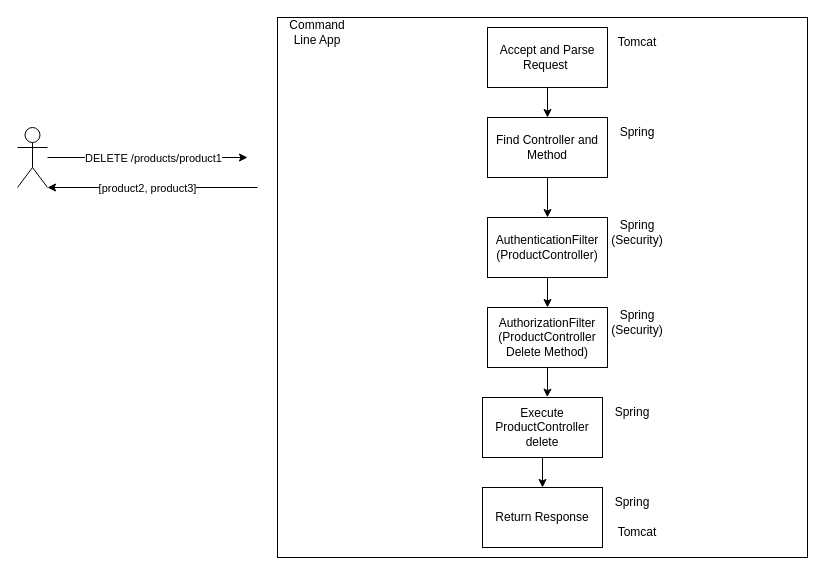
Earlier version of the draw.io diagram page "GET" (2 of 3) of SpringSecurity-Diagram.drawio (canmogol/spring-security-presentation). Source tidied: cells renumbered, new cells numbered last; positions are measured from the earlier drawing's top-left corner, leaving out a move shared by most shapes. Both pictures are drawn from the tidied source at 100%, with x=0, y=0 at pixel (17, 17).
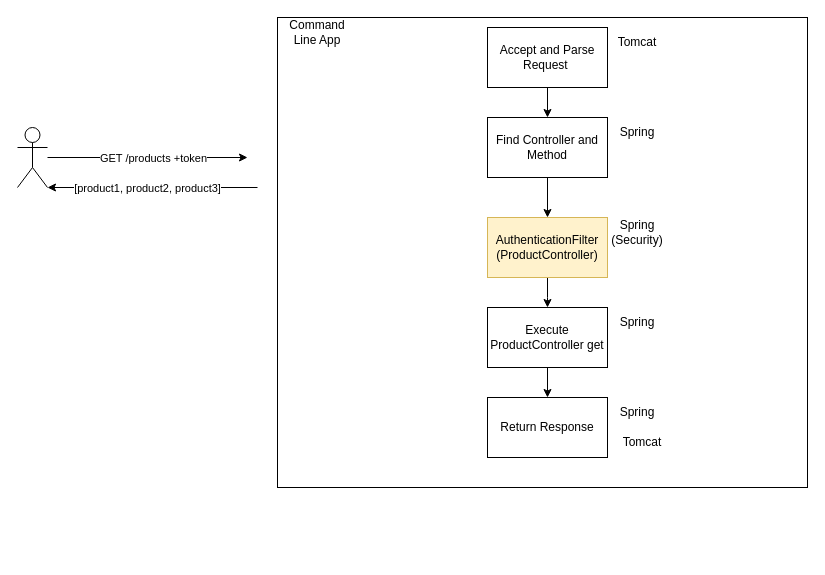
The same page after the edit.

Commit message:
Add login, get, delete request flows.

Unchanged cells that the change refers to:
```xml
<mxCell id="3" style="edgeStyle=orthogonalEdgeStyle;rounded=0;jettySize=auto;html=1;" parent="1" edge="1" target="2">
  <mxGeometry relative="1" as="geometry">
    <mxPoint x="240" y="170" as="sourcePoint" />
    <Array as="points">
      <mxPoint x="90" y="170" />
      <mxPoint x="90" y="170" />
    </Array>
  </mxGeometry>
</mxCell>
<mxCell id="6" style="edgeStyle=orthogonalEdgeStyle;rounded=0;jettySize=auto;html=1;" parent="1" edge="1" source="2">
  <mxGeometry relative="1" as="geometry">
    <mxPoint x="230" y="140" as="targetPoint" />
  </mxGeometry>
</mxCell>
```

The edit, as a diff of the source:
```diff
@@
-    <mxCell id="4" value="[product2, product3]" style="edgeLabel;html=1;align=center;verticalAlign=middle;" parent="3" vertex="1">
+    <mxCell id="4" value="[product1, product2, product3]" style="edgeLabel;html=1;align=center;verticalAlign=middle;" parent="3" vertex="1">
       <mxGeometry x="0.29" y="-2" relative="1" as="geometry">
         <mxPoint x="24" y="2" as="offset" />
       </mxGeometry>
     </mxCell>
     <mxCell id="5" style="rounded=0;whiteSpace=wrap;html=1;" parent="1" vertex="1">
-      <mxGeometry x="260" width="530" height="540" as="geometry" />
+      <mxGeometry x="260" width="530" height="470" as="geometry" />
     </mxCell>
@@
-    <mxCell id="7" value="DELETE /products/product1" style="edgeLabel;html=1;align=center;verticalAlign=middle;" parent="6" vertex="1">
+    <mxCell id="7" value="GET /products +token" style="edgeLabel;html=1;align=center;verticalAlign=middle;" parent="6" vertex="1">
       <mxGeometry x="-0.33" relative="1" as="geometry">
         <mxPoint x="38" as="offset" />
       </mxGeometry>
     </mxCell>
@@
-    <mxCell id="14" value="Execute ProductController delete" style="rounded=0;whiteSpace=wrap;html=1;" parent="1" vertex="1">
-      <mxGeometry x="465" y="380" width="120" height="60" as="geometry" />
+    <mxCell id="14" value="Execute ProductController get" style="rounded=0;whiteSpace=wrap;html=1;" parent="1" vertex="1">
+      <mxGeometry x="470" y="290" width="120" height="60" as="geometry" />
     </mxCell>
     <mxCell id="15" value="Return Response" style="rounded=0;whiteSpace=wrap;html=1;" parent="1" vertex="1">
-      <mxGeometry x="465" y="470" width="120" height="60" as="geometry" />
+      <mxGeometry x="470" y="380" width="120" height="60" as="geometry" />
     </mxCell>
-    <mxCell id="16" style="edgeStyle=orthogonalEdgeStyle;rounded=0;jettySize=auto;html=1;entryX=0.5;entryY=0;entryDx=0;entryDy=0;" parent="1" edge="1" source="17" target="18">
-      <mxGeometry relative="1" as="geometry" />
+    <mxCell id="16" style="edgeStyle=orthogonalEdgeStyle;rounded=0;jettySize=auto;html=1;entryX=0.5;entryY=0;entryDx=0;entryDy=0;" parent="1" edge="1" source="17">
+      <mxGeometry relative="1" as="geometry">
+        <mxPoint x="530" y="290" as="targetPoint" />
+      </mxGeometry>
     </mxCell>
-    <mxCell id="17" value="AuthenticationFilter&lt;br&gt;(ProductController)" style="rounded=0;whiteSpace=wrap;html=1;" parent="1" vertex="1">
+    <mxCell id="17" value="AuthenticationFilter&lt;br&gt;(ProductController)" style="rounded=0;whiteSpace=wrap;html=1;fillColor=#fff2cc;strokeColor=#d6b656;" parent="1" vertex="1">
       <mxGeometry x="470" y="200" width="120" height="60" as="geometry" />
     </mxCell>
-    <mxCell id="18" value="AuthorizationFilter&lt;br&gt;(ProductController Delete Method)" style="rounded=0;whiteSpace=wrap;html=1;" parent="1" vertex="1">
-      <mxGeometry x="470" y="290" width="120" height="60" as="geometry" />
-    </mxCell>
-    <mxCell id="19" style="edgeStyle=orthogonalEdgeStyle;rounded=0;jettySize=auto;html=1;entryX=0.54;entryY=-0.006;entryDx=0;entryDy=0;entryPerimeter=0;" parent="1" edge="1" source="18" target="14">
-      <mxGeometry relative="1" as="geometry" />
-    </mxCell>
@@
-    <mxCell id="23" value="Spring (Security)" style="text;html=1;strokeColor=none;fillColor=none;align=center;verticalAlign=middle;whiteSpace=wrap;rounded=0;" parent="1" vertex="1">
-      <mxGeometry x="590" y="290" width="60" height="30" as="geometry" />
-    </mxCell>
     <mxCell id="24" value="Spring" style="text;html=1;strokeColor=none;fillColor=none;align=center;verticalAlign=middle;whiteSpace=wrap;rounded=0;" parent="1" vertex="1">
-      <mxGeometry x="585" y="380" width="60" height="30" as="geometry" />
+      <mxGeometry x="590" y="290" width="60" height="30" as="geometry" />
     </mxCell>
     <mxCell id="25" value="Spring" style="text;html=1;strokeColor=none;fillColor=none;align=center;verticalAlign=middle;whiteSpace=wrap;rounded=0;" parent="1" vertex="1">
-      <mxGeometry x="585" y="470" width="60" height="30" as="geometry" />
+      <mxGeometry x="590" y="380" width="60" height="30" as="geometry" />
     </mxCell>
     <mxCell id="26" value="Tomcat" style="text;html=1;strokeColor=none;fillColor=none;align=center;verticalAlign=middle;whiteSpace=wrap;rounded=0;" parent="1" vertex="1">
-      <mxGeometry x="590" y="500" width="60" height="30" as="geometry" />
+      <mxGeometry x="595" y="410" width="60" height="30" as="geometry" />
     </mxCell>
```
